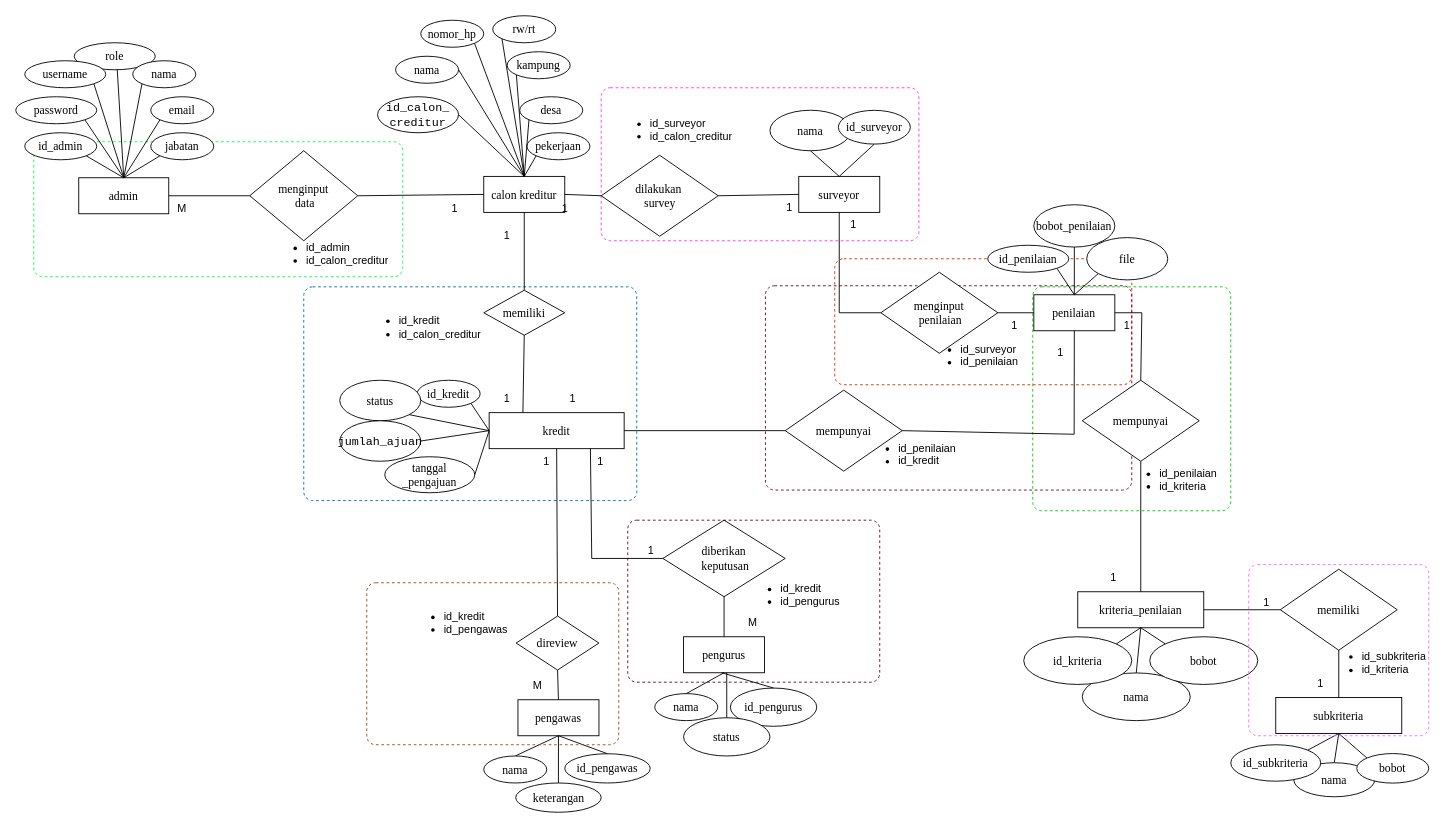
Above: page "V1-TRNS-ERDT-TO-LRS" (39 of 41) of public/Untitled Diagram.drawio in alinurd/simpanPinjam (draw.io), before the change. Source tidied: cells renumbered, new cells numbered last; positions are measured from the earlier drawing's top-left corner, leaving out a move shared by most shapes. Both pictures are drawn from the tidied source at 90%, with x=0, y=0 at pixel (15, 15).
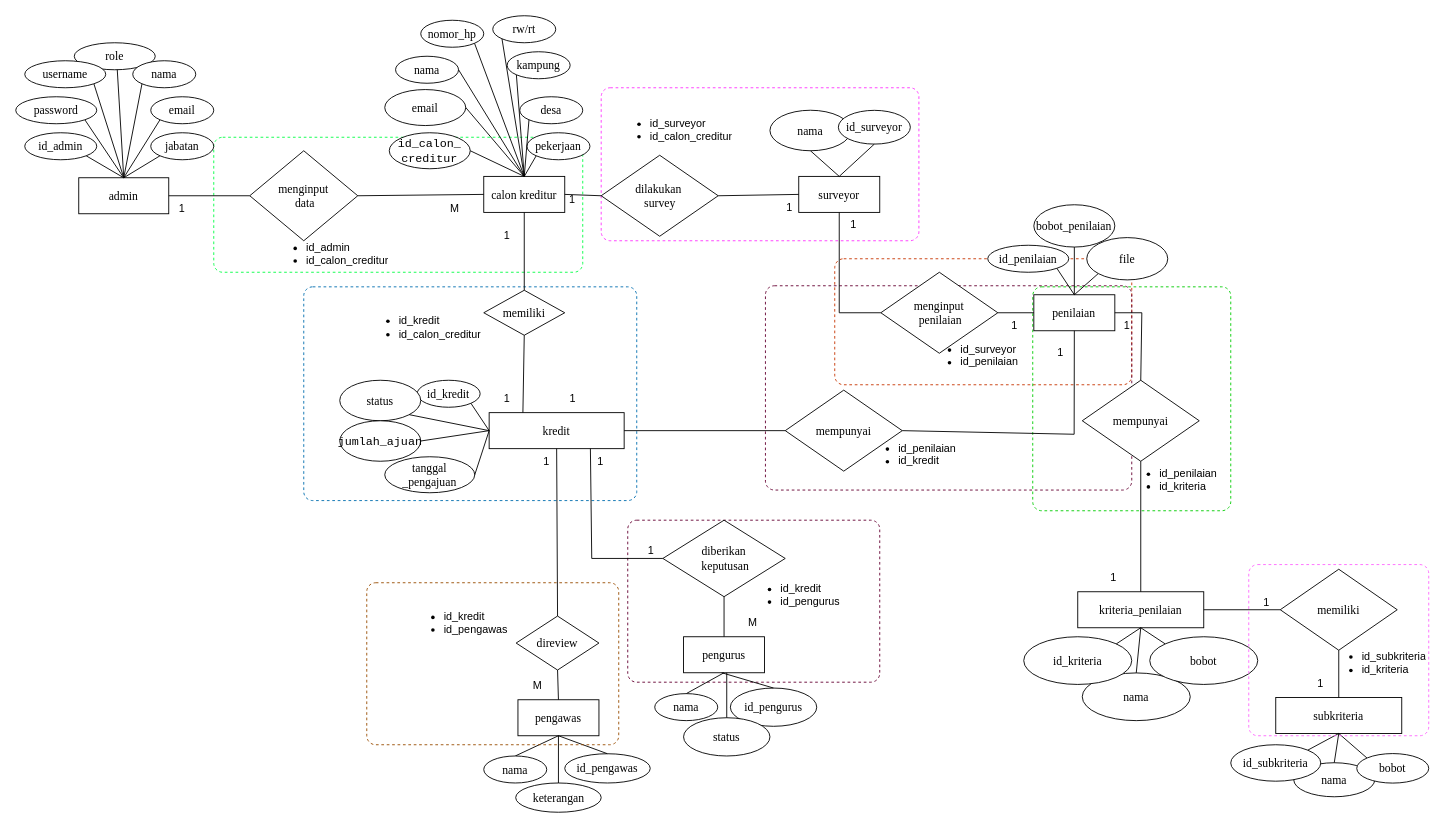
After the change.

The change refers to these unchanged cells:
```xml
<mxCell id="12" value="calon kreditur" style="html=1;align=center;verticalAlign=middle;dashed=0;whiteSpace=wrap;fontSize=13;fontFamily=Times New Roman;" parent="1" vertex="1">
  <mxGeometry x="520" y="178.5" width="90" height="40" as="geometry" />
</mxCell>
```

What changed in the source:
```diff
@@
     <mxCell id="7" style="html=1;align=center;verticalAlign=top;rounded=1;absoluteArcSize=1;arcSize=20;dashed=1;whiteSpace=wrap;fillColor=none;strokeColor=#00FF44;" parent="1" vertex="1">
-      <mxGeometry x="20" y="140" width="410" height="150" as="geometry" />
+      <mxGeometry x="220" y="135" width="410" height="150" as="geometry" />
     </mxCell>
@@
-    <mxCell id="49" style="endArrow=none;html=1;rounded=0;exitX=1;exitY=0.5;exitDx=0;exitDy=0;entryX=0.5;entryY=0;entryDx=0;entryDy=0;fontSize=13;fontFamily=Times New Roman;" parent="1" edge="1" source="110" target="12">
+    <mxCell id="49" style="endArrow=none;html=1;rounded=0;exitX=1;exitY=0.5;exitDx=0;exitDy=0;entryX=0.5;entryY=0;entryDx=0;entryDy=0;fontSize=13;fontFamily=Times New Roman;" parent="1" edge="1" source="145" target="12">
       <mxGeometry relative="1" as="geometry" />
     </mxCell>
@@
-    <mxCell id="103" value="M" style="text;html=1;align=center;verticalAlign=middle;whiteSpace=wrap;rounded=0;" parent="1" vertex="1">
+    <mxCell id="103" value="1" style="text;html=1;align=center;verticalAlign=middle;whiteSpace=wrap;rounded=0;" parent="1" vertex="1">
       <mxGeometry x="155" y="200" width="60" height="30" as="geometry" />
     </mxCell>
@@
-    <mxCell id="108" value="1" style="text;html=1;align=center;verticalAlign=middle;whiteSpace=wrap;rounded=0;" parent="1" vertex="1">
+    <mxCell id="108" value="M" style="text;html=1;align=center;verticalAlign=middle;whiteSpace=wrap;rounded=0;" parent="1" vertex="1">
       <mxGeometry x="458" y="200" width="60" height="30" as="geometry" />
     </mxCell>
     <mxCell id="109" value="1" style="text;html=1;align=center;verticalAlign=middle;whiteSpace=wrap;rounded=0;" parent="1" vertex="1">
-      <mxGeometry x="580" y="200" width="60.5" height="30" as="geometry" />
+      <mxGeometry x="587.5" y="190" width="60.5" height="30" as="geometry" />
     </mxCell>
-    <mxCell id="110" value="&lt;br&gt;&lt;div style=&quot;font-size: 13px;&quot;&gt;&lt;code class=&quot;!whitespace-pre hljs language-plaintext&quot; style=&quot;font-size: 13px;&quot;&gt;id_calon_&lt;/code&gt;&lt;/div&gt;&lt;div style=&quot;font-size: 13px;&quot;&gt;&lt;code class=&quot;!whitespace-pre hljs language-plaintext&quot; style=&quot;font-size: 13px;&quot;&gt;creditur&lt;/code&gt;&lt;/div&gt;&lt;div&gt;&lt;br/&gt;&lt;/div&gt;" style="ellipse;whiteSpace=wrap;html=1;fontSize=13;fontFamily=Times New Roman;" parent="1" vertex="1">
-      <mxGeometry x="402" y="90" width="90" height="40" as="geometry" />
+    <mxCell id="110" value="email" style="ellipse;whiteSpace=wrap;html=1;fontSize=13;fontFamily=Times New Roman;" parent="1" vertex="1">
+      <mxGeometry x="410" y="82" width="90" height="40" as="geometry" />
     </mxCell>
@@
+    <mxCell id="145" value="&lt;font face=&quot;Times New Roman&quot;&gt;&lt;br&gt;&lt;/font&gt;&lt;div style=&quot;font-size: 13px;&quot;&gt;&lt;font face=&quot;qVHNEdDhZChRTAYF0ECM&quot;&gt;&lt;code class=&quot;!whitespace-pre hljs language-plaintext&quot; style=&quot;font-size: 13px;&quot;&gt;id_calon_&lt;/code&gt;&lt;/font&gt;&lt;/div&gt;&lt;div style=&quot;font-size: 13px;&quot;&gt;&lt;font face=&quot;qVHNEdDhZChRTAYF0ECM&quot;&gt;&lt;code class=&quot;!whitespace-pre hljs language-plaintext&quot; style=&quot;font-size: 13px;&quot;&gt;creditur&lt;/code&gt;&lt;/font&gt;&lt;/div&gt;&lt;div&gt;&lt;font face=&quot;qVHNEdDhZChRTAYF0ECM&quot;&gt;&lt;br&gt;&lt;/font&gt;&lt;/div&gt;" style="ellipse;whiteSpace=wrap;html=1;fontSize=13;fontFamily=Times New Roman;" parent="1" vertex="1">
+      <mxGeometry x="415" y="130" width="90" height="40" as="geometry" />
+    </mxCell>
+    <mxCell id="146" style="endArrow=none;html=1;rounded=0;exitX=1;exitY=0.5;exitDx=0;exitDy=0;entryX=0.5;entryY=0;entryDx=0;entryDy=0;fontSize=13;fontFamily=Times New Roman;" parent="1" edge="1" source="110" target="12">
+      <mxGeometry relative="1" as="geometry" />
+    </mxCell>
```
